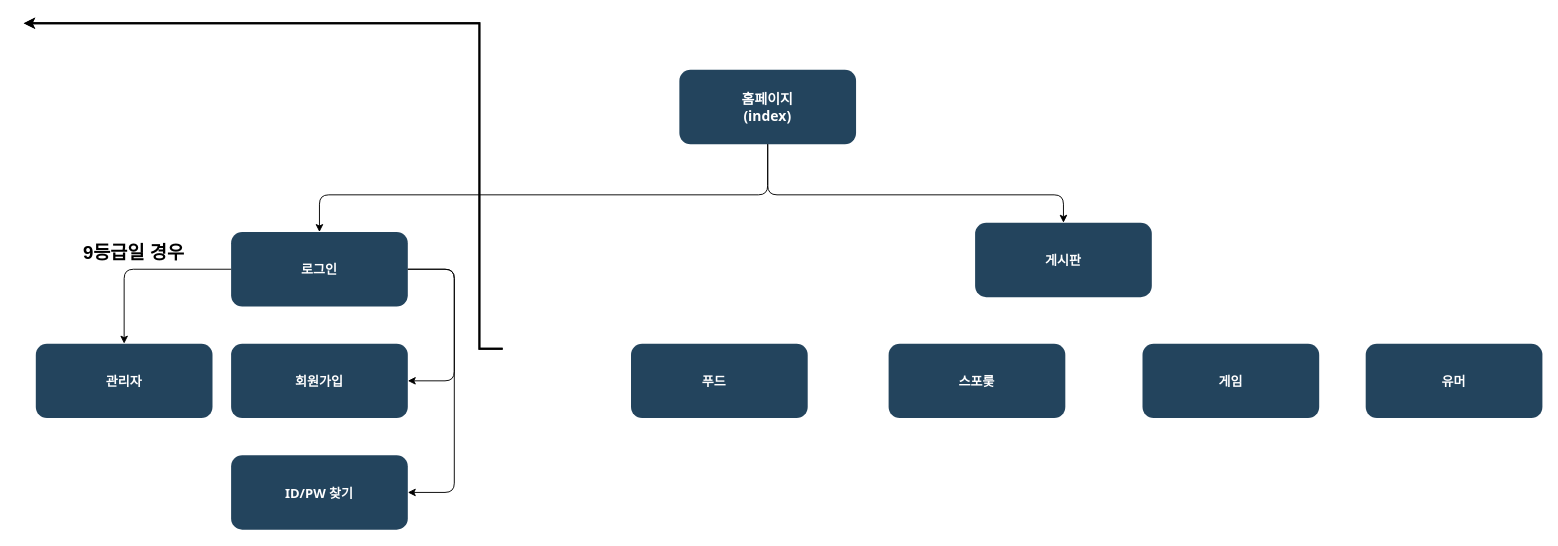
This is Untitled Diagram.drawio from parkjunyoung27/JSP-FS705, a draw.io file, before an edit. Source tidied: cells renumbered, new cells numbered last; positions are measured from the earlier drawing's top-left corner, leaving out a move shared by most shapes. Both pictures are drawn from the tidied source at 93%, with x=0, y=0 at pixel (23, 23).
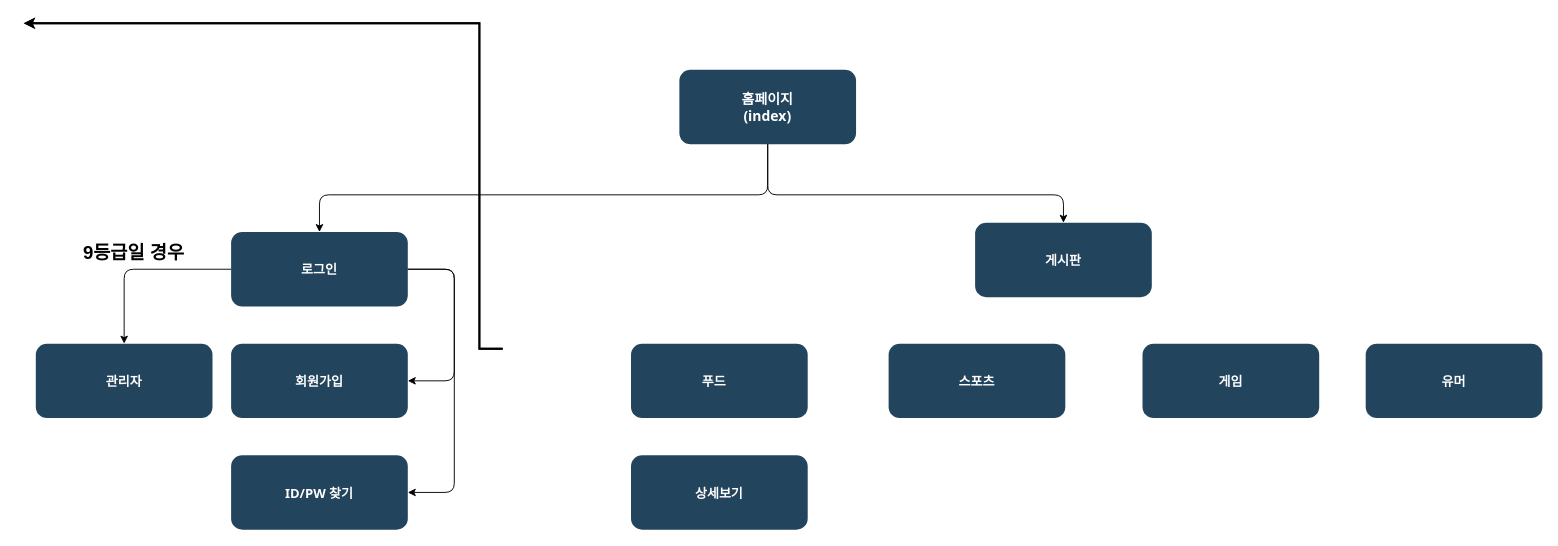
The same page after the edit.

The edit, as a diff of the source:
```diff
@@
-    <mxCell id="17" value="스포릋" style="rounded=1;fillColor=#23445D;gradientColor=none;strokeColor=none;fontColor=#FFFFFF;fontStyle=1;fontFamily=Tahoma;fontSize=14;" parent="1" vertex="1">
+    <mxCell id="17" value="스포츠" style="rounded=1;fillColor=#23445D;gradientColor=none;strokeColor=none;fontColor=#FFFFFF;fontStyle=1;fontFamily=Tahoma;fontSize=14;" parent="1" vertex="1">
       <mxGeometry x="930" y="344" width="190" height="80" as="geometry" />
     </mxCell>
@@
+    <mxCell id="20" value="상세보기" style="rounded=1;fillColor=#23445D;gradientColor=none;strokeColor=none;fontColor=#FFFFFF;fontStyle=1;fontFamily=Tahoma;fontSize=14;" parent="1" vertex="1">
+      <mxGeometry x="653" y="464" width="190" height="80" as="geometry" />
+    </mxCell>
```
